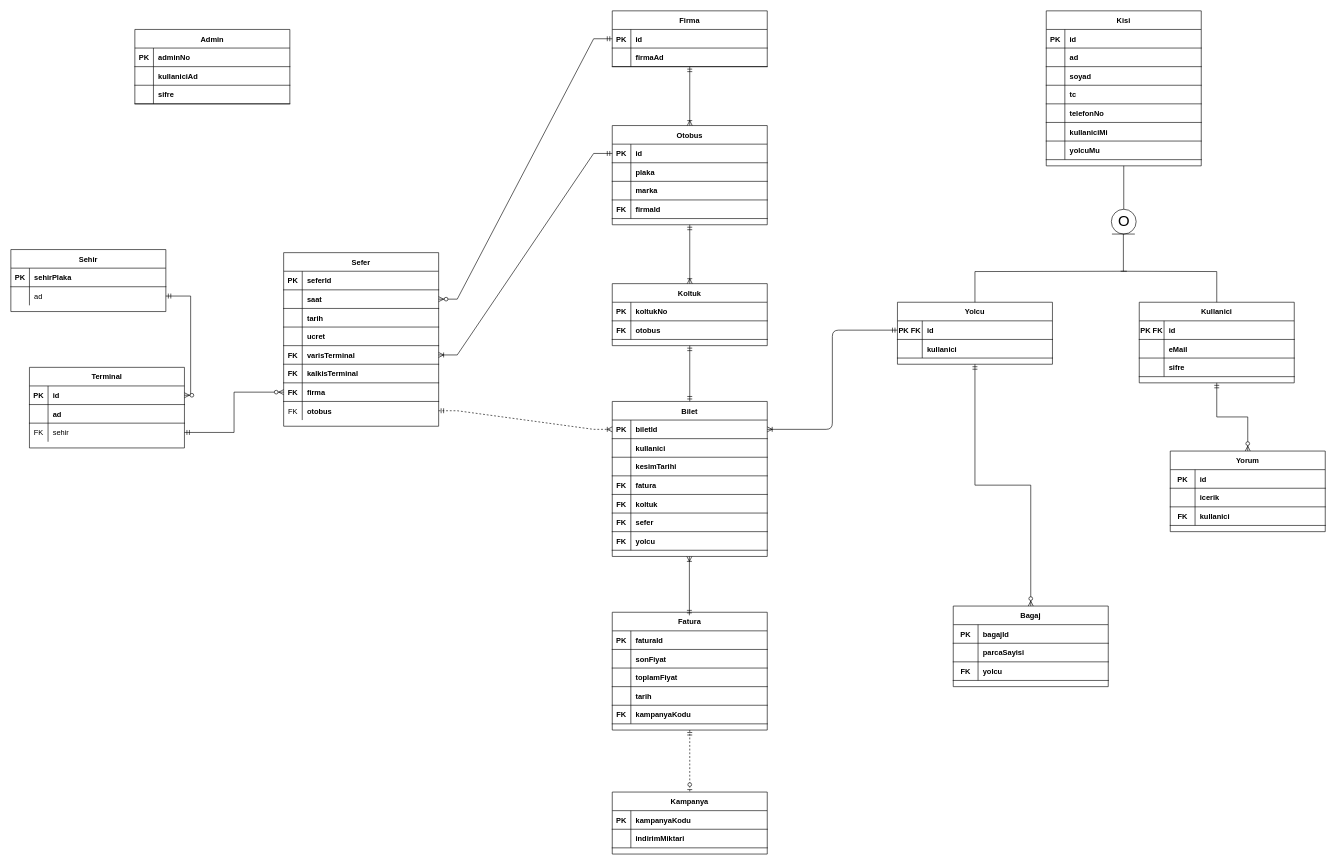
Earlier version of the draw.io diagram BAYturizm crowsfoot.drawio (AhmetCebeci/BAY_Tourism). Source tidied: cells renumbered, new cells numbered last; positions are measured from the earlier drawing's top-left corner, leaving out a move shared by most shapes. Both pictures are drawn from the tidied source at 62%, with x=0, y=0 at pixel (11, 11).
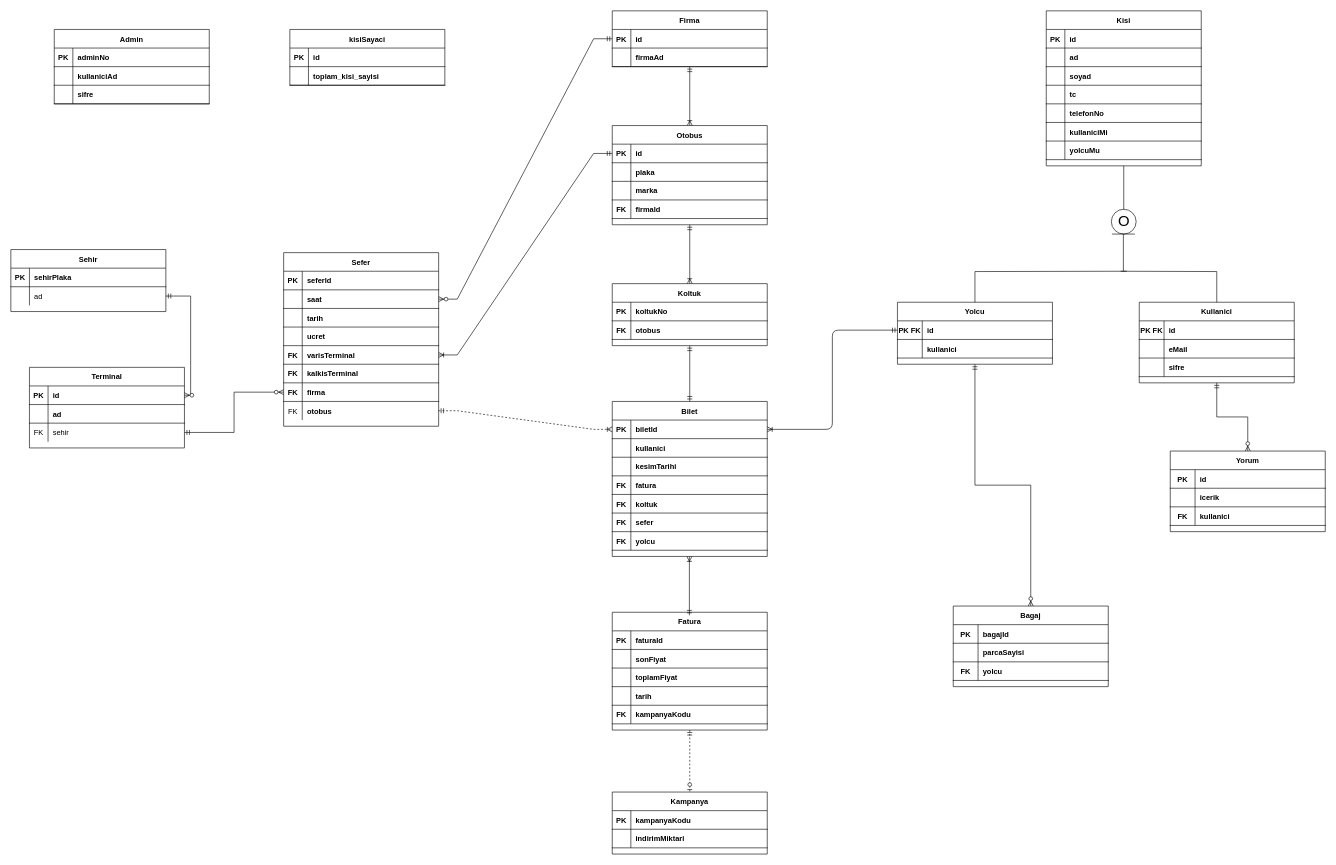
Above is the later version.

What changed in the source:
```diff
@@
     <mxCell id="179" value="Admin" style="shape=table;startSize=30;childLayout=tableLayout;rowLines=0;fontStyle=1;align=center;" parent="1" vertex="1">
-      <mxGeometry x="200" y="30" width="250" height="120" as="geometry" />
+      <mxGeometry x="70" y="30" width="250" height="120" as="geometry" />
     </mxCell>
@@
+    <mxCell id="203" value="kisiSayaci" style="shape=table;startSize=30;childLayout=tableLayout;rowLines=0;fontStyle=1;align=center;" parent="1" vertex="1">
+      <mxGeometry x="450" y="30" width="250" height="90" as="geometry" />
+    </mxCell>
+    <mxCell id="204" style="shape=partialRectangle;fillColor=none;top=0;left=0;right=0;bottom=1;" parent="203" vertex="1">
+      <mxGeometry y="30" width="250" height="30" as="geometry" />
+    </mxCell>
+    <mxCell id="205" value="PK" style="shape=partialRectangle;overflow=hidden;fillColor=none;top=0;left=0;bottom=0;right=0;fontStyle=1;" parent="204" vertex="1">
+      <mxGeometry width="30" height="30" as="geometry" />
+    </mxCell>
+    <mxCell id="206" value="id" style="shape=partialRectangle;overflow=hidden;fillColor=none;top=0;left=0;bottom=0;right=0;align=left;spacingLeft=6;fontStyle=1;" parent="204" vertex="1">
+      <mxGeometry x="30" width="220" height="30" as="geometry" />
+    </mxCell>
+    <mxCell id="207" style="shape=partialRectangle;fillColor=none;top=0;left=0;right=0;bottom=1;" parent="203" vertex="1">
+      <mxGeometry y="60" width="250" height="30" as="geometry" />
+    </mxCell>
+    <mxCell id="208" style="shape=partialRectangle;overflow=hidden;fillColor=none;top=0;left=0;bottom=0;right=0;fontStyle=1;" parent="207" vertex="1">
+      <mxGeometry width="30" height="30" as="geometry" />
+    </mxCell>
+    <mxCell id="209" value="toplam_kisi_sayisi" style="shape=partialRectangle;overflow=hidden;fillColor=none;top=0;left=0;bottom=0;right=0;align=left;spacingLeft=6;fontStyle=1;" parent="207" vertex="1">
+      <mxGeometry x="30" width="220" height="30" as="geometry" />
+    </mxCell>
```
